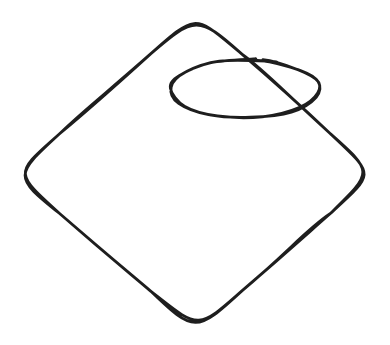
Earlier version of the Excalidraw export Diagrams/Untitled-2025-ddd01-28-1818.excalidraw.svg (EugenGoGit/diagramm_store). Source tidied: one line per element, renumbered; positions are measured from the earlier drawing's top-left corner, leaving out a move shared by most shapes.
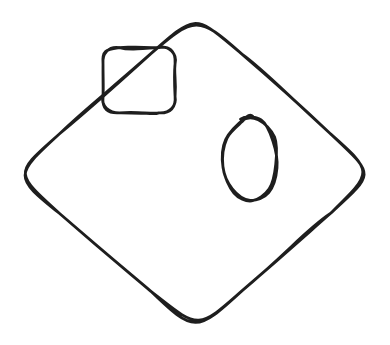
The same diagram one commit later.

What changed in the source:
```diff
@@ -1,2 +1,3 @@
 {"id": 0, "type": "diamond", "strokeColor": "#1e1e1e", "strokeWidth": 2, "roughness": 1, "round": true, "x": 0, "y": 0, "width": 258, "height": 226}
-{"id": 1, "type": "ellipse", "strokeColor": "#1e1e1e", "strokeWidth": 2, "roughness": 1, "round": true, "x": 112, "y": 33, "width": 107, "height": 41}
+{"id": 2, "type": "rectangle", "strokeColor": "#1e1e1e", "strokeWidth": 2, "roughness": 1, "round": true, "x": 64, "y": 24, "width": 51, "height": 47}
+{"id": 3, "type": "ellipse", "strokeColor": "#1e1e1e", "strokeWidth": 2, "roughness": 1, "round": true, "x": 150, "y": 74, "width": 38, "height": 59}
```
